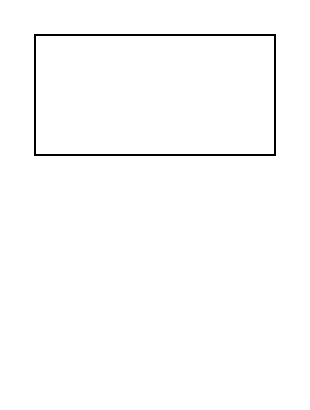
This is 未命名绘图.drawio from hylllllll/QPFramer, a draw.io file, before an edit. Source tidied: cells renumbered, new cells numbered last; positions are measured from the earlier drawing's top-left corner, leaving out a move shared by most shapes. Both pictures are drawn from the tidied source at 200%, with x=0, y=0 at pixel (34, 34).
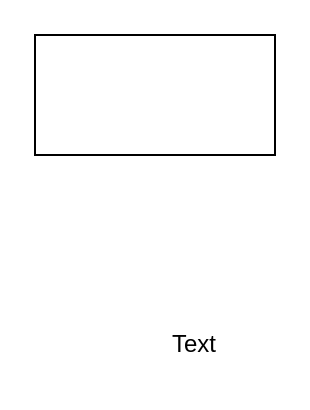
The same page after the edit.

Commit message (it also covers changes not shown here):
更新未命名绘图.drawio

Diff of the diagram source:
```diff
@@
 <mxGraphModel>
   <root>
     <mxCell id="0" />
     <mxCell id="1" parent="0" />
     <mxCell id="2" style="rounded=0;whiteSpace=wrap;html=1;" parent="1" vertex="1">
       <mxGeometry width="120" height="60" as="geometry" />
     </mxCell>
+    <mxCell id="3" value="Text" style="text;html=1;align=center;verticalAlign=middle;whiteSpace=wrap;rounded=0;" parent="1" vertex="1">
+      <mxGeometry x="50" y="140" width="60" height="30" as="geometry" />
+    </mxCell>
   </root>
 </mxGraphModel>
```
